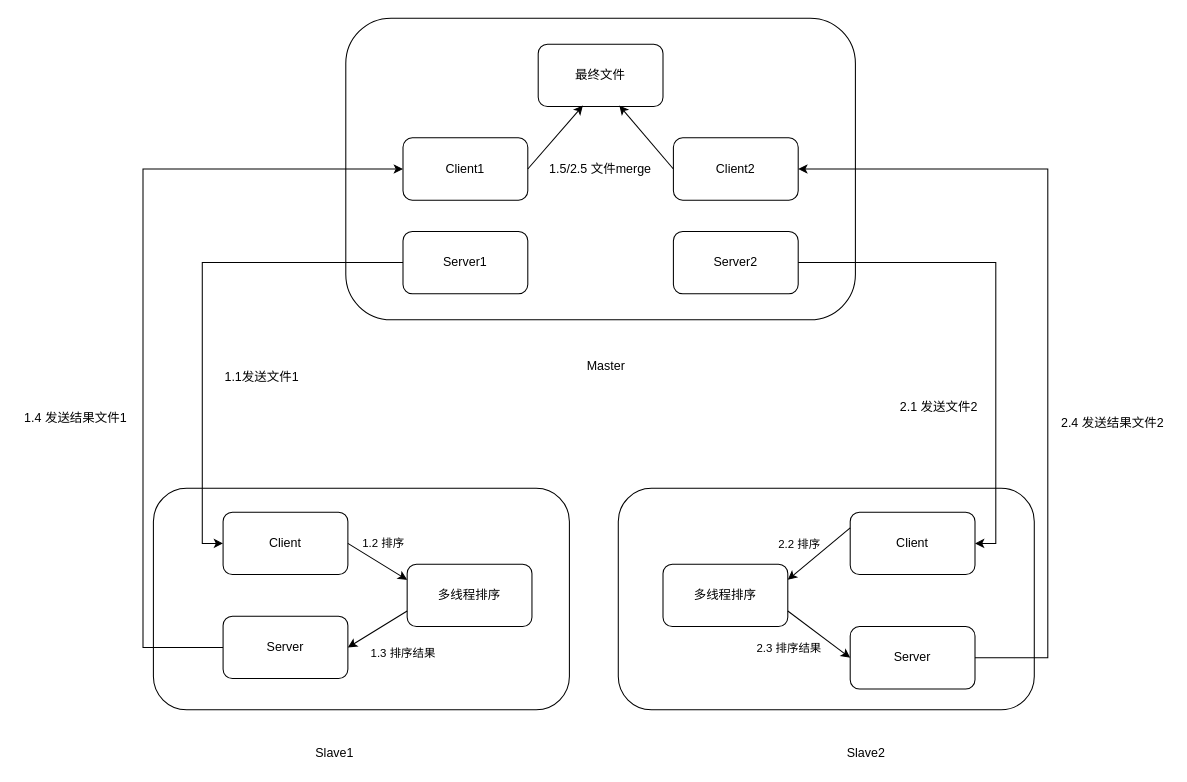
Above: data/distributed_architecture.drawio in buaa-algorithm-2022/algorithm-big-homework-2022 (draw.io), before the change. Source tidied: cells renumbered, new cells numbered last; positions are measured from the earlier drawing's top-left corner, leaving out a move shared by most shapes. Both pictures are drawn from the tidied source at 104%, with x=0, y=0 at pixel (18, 18).
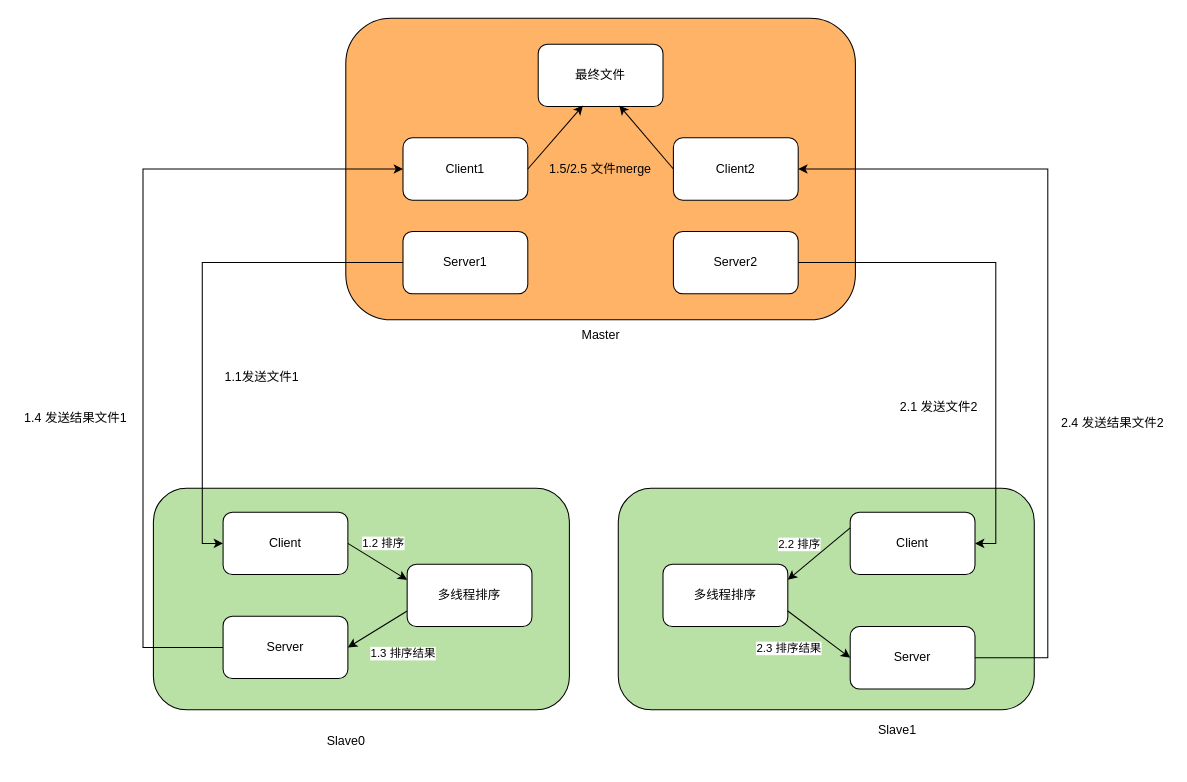
Above is the later version.

The change refers to these unchanged cells:
```xml
<mxCell id="4" value="Server1" style="rounded=1;whiteSpace=wrap;html=1;" parent="1" vertex="1">
  <mxGeometry x="370" y="205" width="120" height="60" as="geometry" />
</mxCell>
<mxCell id="9" value="Client" style="rounded=1;whiteSpace=wrap;html=1;" parent="1" vertex="1">
  <mxGeometry x="197" y="475" width="120" height="60" as="geometry" />
</mxCell>
```

The edit, as a diff of the source:
```diff
@@
-    <mxCell id="2" value="1.5/2.5 文件merge" style="rounded=1;whiteSpace=wrap;html=1;" parent="1" vertex="1">
+    <mxCell id="2" value="1.5/2.5 文件merge" style="rounded=1;whiteSpace=wrap;html=1;fillColor=#FFB366;" parent="1" vertex="1">
       <mxGeometry x="315" width="490" height="290" as="geometry" />
     </mxCell>
     <mxCell id="3" value="Master" style="text;html=1;align=center;verticalAlign=middle;" parent="1" vertex="1">
-      <mxGeometry x="540" y="325" width="50" height="20" as="geometry" />
+      <mxGeometry x="535" y="295" width="50" height="20" as="geometry" />
     </mxCell>
@@
-    <mxCell id="8" style="rounded=1;whiteSpace=wrap;html=1;" parent="1" vertex="1">
+    <mxCell id="8" style="rounded=1;whiteSpace=wrap;html=1;fillColor=#B9E0A5;" parent="1" vertex="1">
       <mxGeometry x="130" y="452" width="400" height="213" as="geometry" />
     </mxCell>
@@
-    <mxCell id="13" style="rounded=1;whiteSpace=wrap;html=1;" parent="1" vertex="1">
+    <mxCell id="13" style="rounded=1;whiteSpace=wrap;html=1;fillColor=#B9E0A5;" parent="1" vertex="1">
       <mxGeometry x="577" y="452" width="400" height="213" as="geometry" />
     </mxCell>
@@
-    <mxCell id="18" value="Slave1" style="text;html=1;align=center;verticalAlign=middle;" parent="1" vertex="1">
-      <mxGeometry x="279" y="697" width="50" height="20" as="geometry" />
+    <mxCell id="18" value="Slave0" style="text;html=1;align=center;verticalAlign=middle;" parent="1" vertex="1">
+      <mxGeometry x="290" y="685" width="50" height="20" as="geometry" />
     </mxCell>
-    <mxCell id="19" value="Slave2" style="text;html=1;align=center;verticalAlign=middle;" parent="1" vertex="1">
-      <mxGeometry x="790" y="697" width="50" height="20" as="geometry" />
+    <mxCell id="19" value="Slave1" style="text;html=1;align=center;verticalAlign=middle;" parent="1" vertex="1">
+      <mxGeometry x="820" y="675" width="50" height="20" as="geometry" />
     </mxCell>
-    <mxCell id="20" style="edgeStyle=orthogonalEdgeStyle;rounded=0;jettySize=auto;html=1;entryX=0;entryY=0.5;entryDx=0;entryDy=0;exitX=0;exitY=0.5;exitDx=0;exitDy=0;" parent="1" edge="1" source="4" target="9">
+    <mxCell id="20" style="edgeStyle=orthogonalEdgeStyle;rounded=0;jettySize=auto;html=1;entryX=0;entryY=0.5;entryDx=0;entryDy=0;exitX=0;exitY=0.5;exitDx=0;exitDy=0;fillColor=#FFB366;" parent="1" edge="1" source="4" target="9">
       <mxGeometry relative="1" as="geometry" />
     </mxCell>
```
